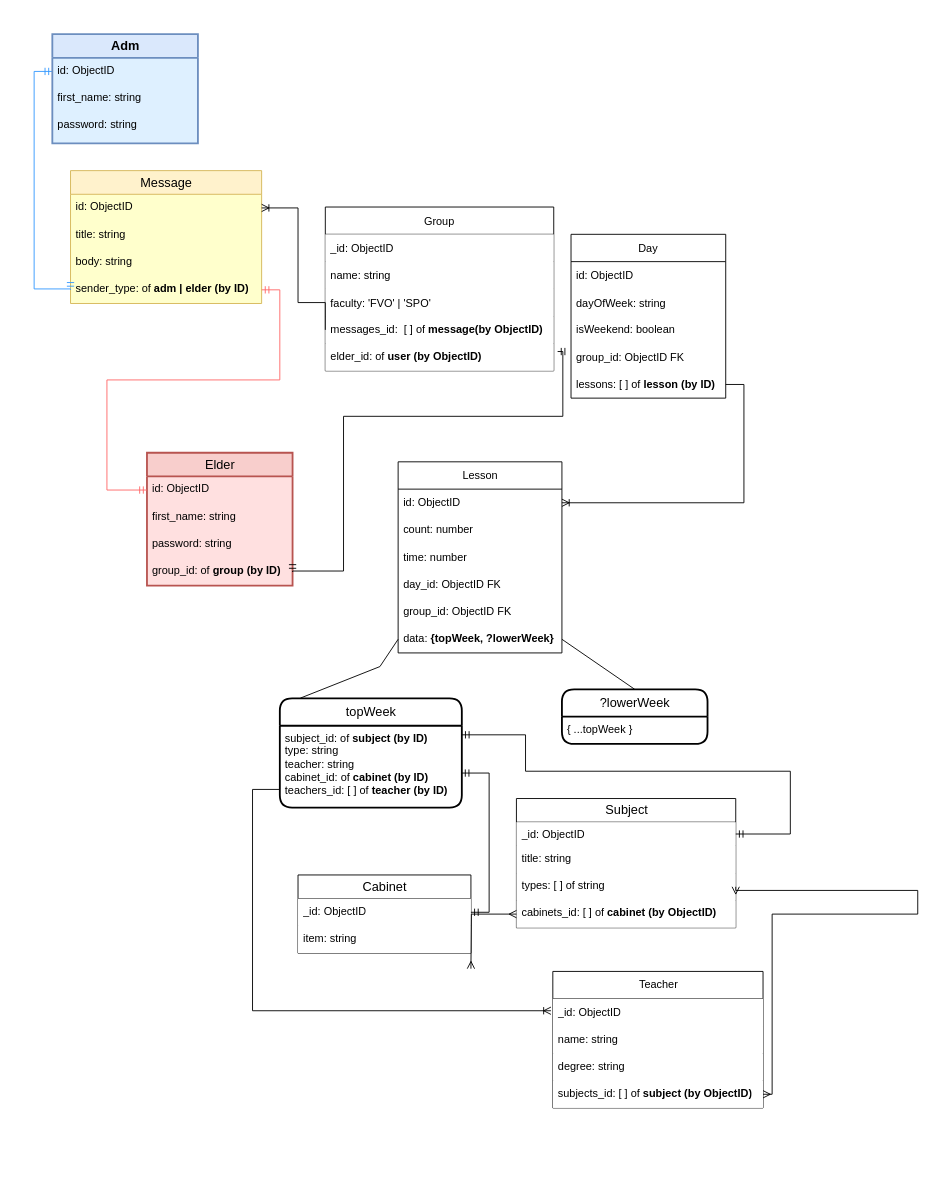
This is server/other/DB_Diagram.drawio from Anto-MSHK/myATI_fullStack, a draw.io file, before an edit. Source tidied: cells renumbered, new cells numbered last; positions are measured from the earlier drawing's top-left corner, leaving out a move shared by most shapes. Both pictures are drawn from the tidied source at 91%, with x=0, y=0 at pixel (15, 15).
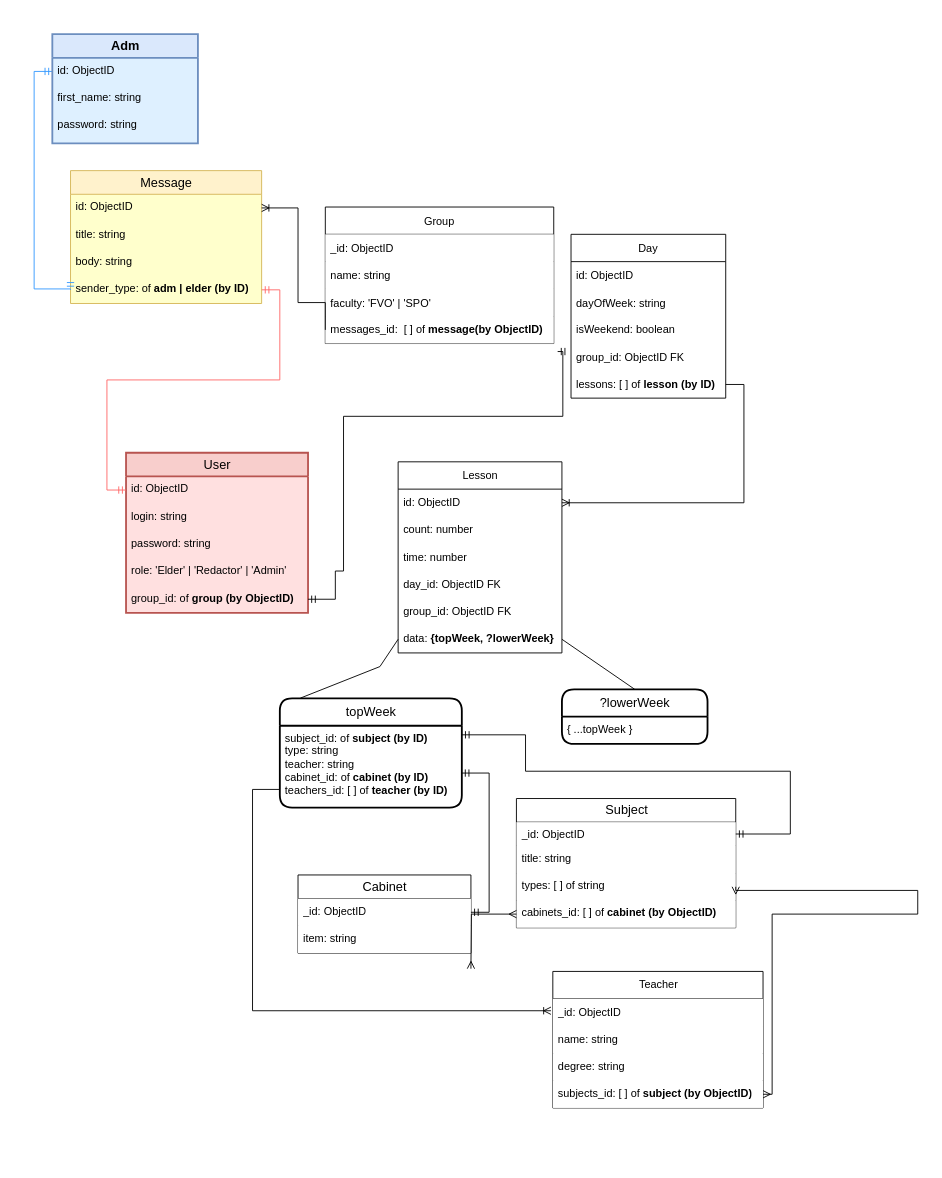
After the change.

Change to the diagram source:
```diff
@@
-    <mxCell id="2" style="rounded=0;whiteSpace=wrap;html=1;shadow=0;dashed=1;strokeColor=none;strokeWidth=2;fillColor=none;gradientColor=#ffffff;" parent="1" vertex="1">
-      <mxGeometry width="850" height="1260" as="geometry" />
-    </mxCell>
     <mxCell id="3" value="Group" style="swimlane;fontStyle=0;horizontal=1;startSize=30;fillColor=#FFFFFF;" parent="1" vertex="1">
-      <mxGeometry x="340" y="210" width="251" height="180" as="geometry" />
+      <mxGeometry x="340" y="210" width="251" height="150" as="geometry" />
     </mxCell>
@@
-    <mxCell id="8" value="elder_id: of &lt;b&gt;user (&lt;/b&gt;&lt;b&gt;by&amp;nbsp;ObjectID)&lt;/b&gt;" style="text;strokeColor=none;fillColor=#FFFFFF;align=left;verticalAlign=middle;spacingLeft=4;spacingRight=4;overflow=hidden;points=[[0,0.5],[1,0.5]];portConstraint=eastwest;html=1;" parent="3" vertex="1">
-      <mxGeometry y="150" width="251" height="30" as="geometry" />
-    </mxCell>
@@
-    <mxCell id="47" value="Elder" style="swimlane;fontStyle=0;horizontal=1;startSize=26;align=center;fontSize=14;shadow=0;strokeColor=#b85450;html=1;strokeWidth=2;fillColor=#f8cecc;swimlaneFillColor=#FFE0E0;" parent="1" vertex="1">
-      <mxGeometry x="144" y="480" width="160" height="146" as="geometry" />
+    <mxCell id="47" value="User" style="swimlane;fontStyle=0;horizontal=1;startSize=26;align=center;fontSize=14;shadow=0;strokeColor=#b85450;html=1;strokeWidth=2;fillColor=#f8cecc;swimlaneFillColor=#FFE0E0;" parent="1" vertex="1">
+      <mxGeometry x="121" y="480" width="200" height="176" as="geometry" />
     </mxCell>
     <mxCell id="48" value="id: ObjectID" style="text;strokeColor=none;fillColor=none;spacingLeft=4;spacingRight=4;overflow=hidden;points=[[0,0.5],[1,0.5]];portConstraint=eastwest;fontSize=12;shadow=0;html=1;" parent="47" vertex="1">
-      <mxGeometry y="26" width="160" height="30" as="geometry" />
+      <mxGeometry y="26" width="200" height="30" as="geometry" />
     </mxCell>
-    <mxCell id="49" value="first_name: string&amp;nbsp; &amp;nbsp;&amp;nbsp;" style="text;strokeColor=none;fillColor=none;spacingLeft=4;spacingRight=4;overflow=hidden;fontSize=12;shadow=0;html=1;" parent="47" vertex="1">
-      <mxGeometry y="56" width="160" height="30" as="geometry" />
+    <mxCell id="49" value="login: string&amp;nbsp; &amp;nbsp;&amp;nbsp;" style="text;strokeColor=none;fillColor=none;spacingLeft=4;spacingRight=4;overflow=hidden;fontSize=12;shadow=0;html=1;" parent="47" vertex="1">
+      <mxGeometry y="56" width="200" height="30" as="geometry" />
     </mxCell>
     <mxCell id="50" value="password: string&amp;nbsp; &amp;nbsp;&amp;nbsp;" style="text;strokeColor=none;fillColor=none;spacingLeft=4;spacingRight=4;overflow=hidden;fontSize=12;shadow=0;html=1;" parent="47" vertex="1">
-      <mxGeometry y="86" width="160" height="30" as="geometry" />
+      <mxGeometry y="86" width="200" height="30" as="geometry" />
     </mxCell>
+    <mxCell id="65" value="role: 'Elder' | 'Redactor' | 'Admin'&lt;br&gt;&amp;nbsp;" style="text;strokeColor=none;fillColor=none;spacingLeft=4;spacingRight=4;overflow=hidden;fontSize=12;shadow=0;html=1;" parent="47" vertex="1">
+      <mxGeometry y="116" width="200" height="30" as="geometry" />
+    </mxCell>
-    <mxCell id="51" value="group_id: of&amp;nbsp;&lt;b&gt;group (&lt;/b&gt;&lt;b&gt;by ID&lt;/b&gt;&lt;b&gt;)&lt;/b&gt;&lt;br&gt;&amp;nbsp;" style="text;strokeColor=none;fillColor=none;spacingLeft=4;spacingRight=4;overflow=hidden;points=[[0,0.5],[1,0.5]];portConstraint=eastwest;fontSize=12;shadow=0;html=1;" parent="47" vertex="1">
-      <mxGeometry y="116" width="160" height="30" as="geometry" />
+    <mxCell id="51" value="group_id: of &lt;b&gt;group (by ObjectID)&lt;/b&gt;&lt;br&gt;&amp;nbsp;" style="text;strokeColor=none;fillColor=none;spacingLeft=4;spacingRight=4;overflow=hidden;points=[[0,0.5],[1,0.5]];portConstraint=eastwest;fontSize=12;shadow=0;html=1;" parent="47" vertex="1">
+      <mxGeometry y="146" width="200" height="30" as="geometry" />
     </mxCell>
-    <mxCell id="52" style="fontSize=12;html=1;endArrow=ERmandOne;startArrow=ERmandOne;rounded=0;exitX=1;exitY=0.5;exitDx=0;exitDy=0;edgeStyle=orthogonalEdgeStyle;entryX=1.017;entryY=0.293;entryDx=0;entryDy=0;entryPerimeter=0;" parent="1" edge="1" source="51" target="8">
+    <mxCell id="52" style="fontSize=12;html=1;endArrow=ERmandOne;startArrow=ERmandOne;rounded=0;exitX=1;exitY=0.5;exitDx=0;exitDy=0;edgeStyle=orthogonalEdgeStyle;entryX=1.017;entryY=0.293;entryDx=0;entryDy=0;entryPerimeter=0;" parent="1" edge="1" source="51">
       <mxGeometry relative="1" as="geometry">
+        <mxPoint x="595.3" y="368.8" as="targetPoint" />
         <Array as="points">
-          <mxPoint x="304" y="610" />
+          <mxPoint x="351" y="641" />
+          <mxPoint x="351" y="610" />
           <mxPoint x="360" y="610" />
           <mxPoint x="360" y="440" />
           <mxPoint x="601" y="440" />
           <mxPoint x="601" y="369" />
         </Array>
       </mxGeometry>
     </mxCell>
```
